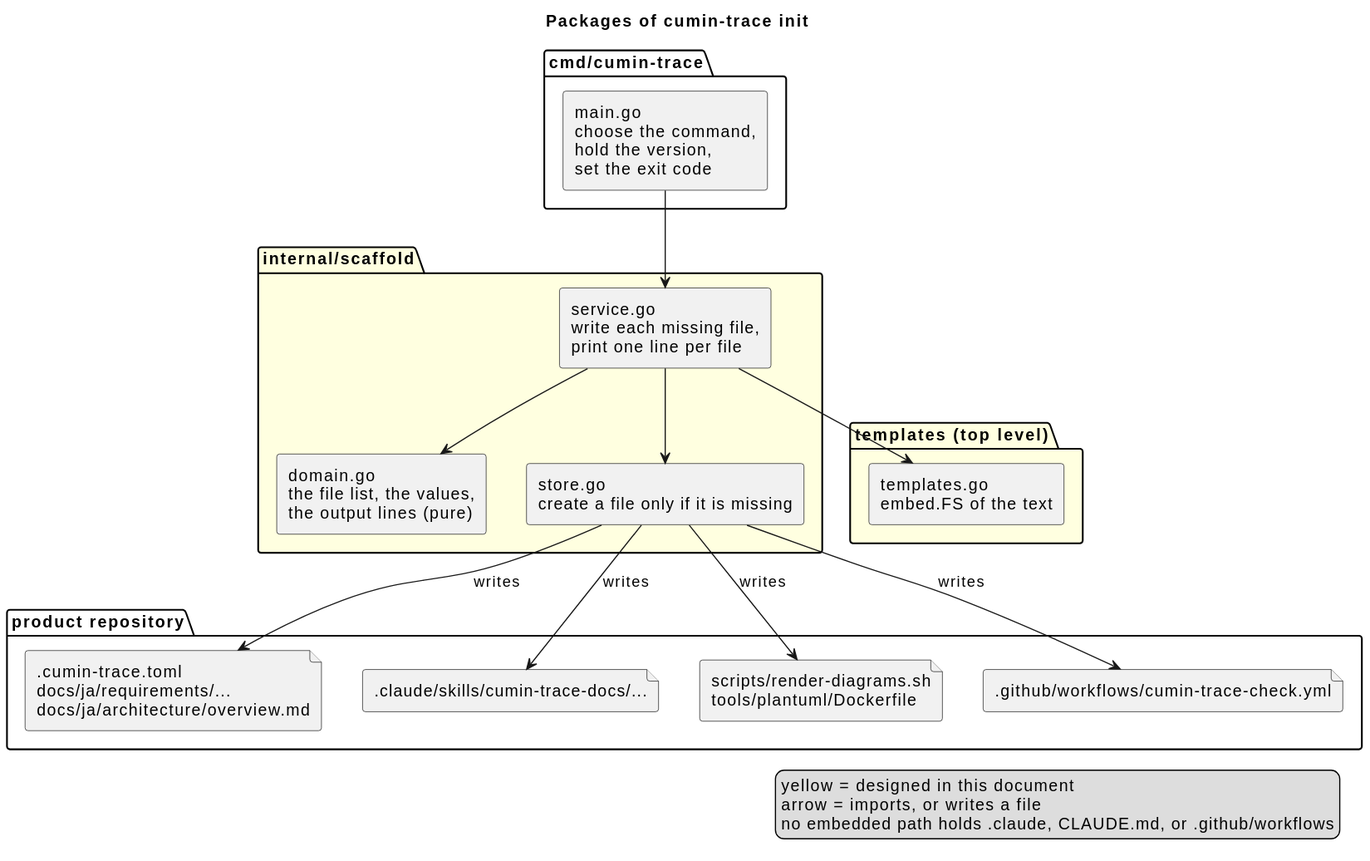
Before: docs/ja/designs/templates/templates-packages.svg, a diagram exported from PlantUML (cloveclovedev/cumin-trace).
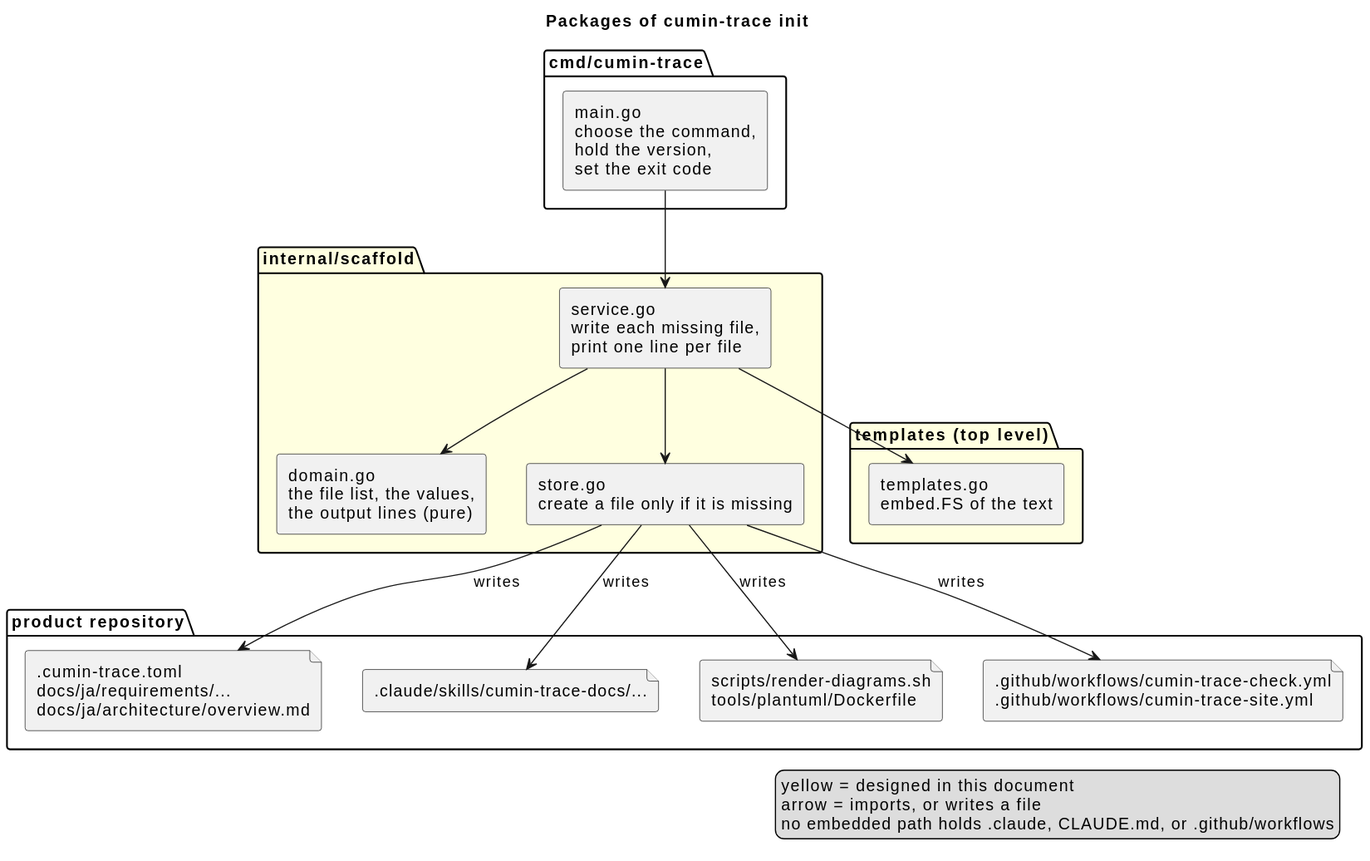
Later version of the same file.

Change to the diagram source:
```diff
@@ -21,7 +21,7 @@
   file ".cumin-trace.toml\ndocs/ja/requirements/...\ndocs/ja/architecture/overview.md" as docs
   file ".claude/skills/cumin-trace-docs/..." as skill
   file "scripts/render-diagrams.sh\ntools/plantuml/Dockerfile" as script
-  file ".github/workflows/cumin-trace-check.yml" as workflow
+  file ".github/workflows/cumin-trace-check.yml\n.github/workflows/cumin-trace-site.yml" as workflow
 }
 
 main --> service
```
